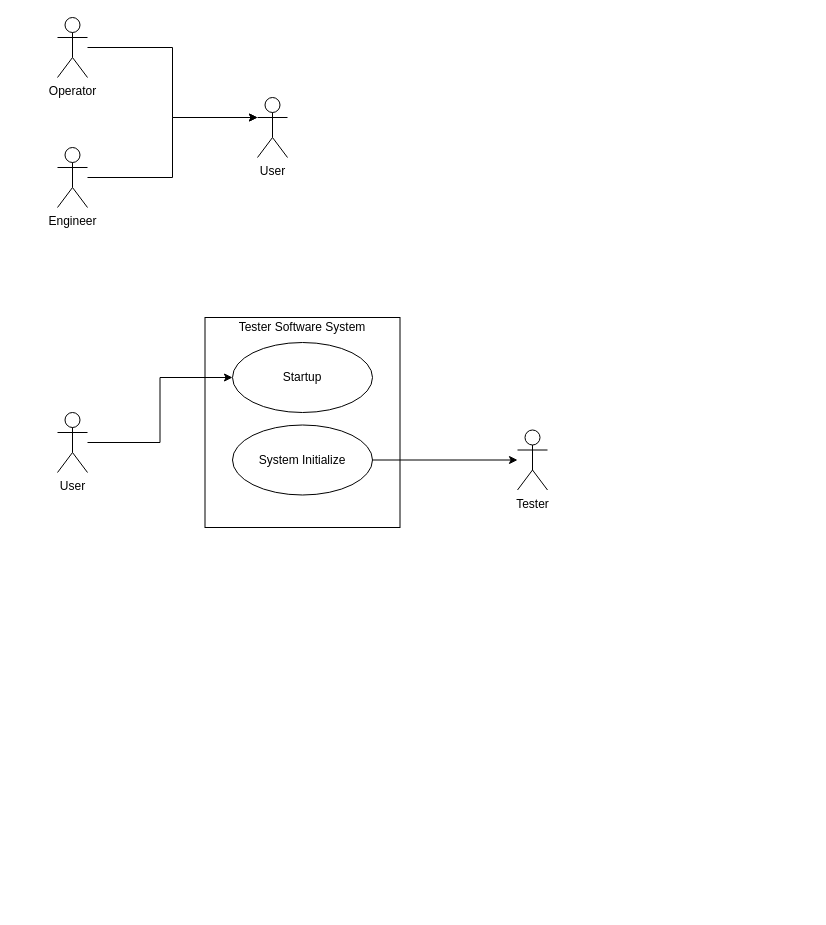
Before: page "Initialize" (2 of 10) of SG9KG5/UI Design/Use Case.drawio in Jasson-Chou/Software-Projects, a draw.io diagram. Source tidied: cells renumbered, new cells numbered last; positions are measured from the earlier drawing's top-left corner, leaving out a move shared by most shapes. Both pictures are drawn from the tidied source at 100%, with x=0, y=0 at pixel (57, 17).
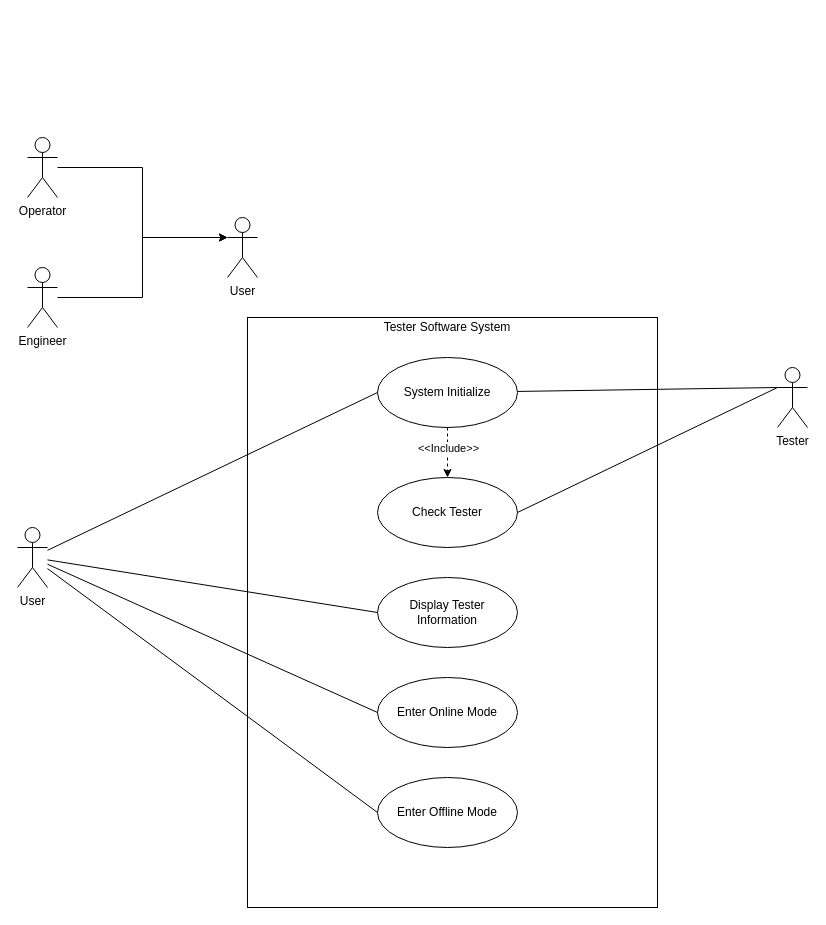
After the change.

Diff of the diagram source:
```diff
@@
     <mxCell id="3" value="Operator" style="shape=umlActor;verticalLabelPosition=bottom;verticalAlign=top;html=1;outlineConnect=0;" parent="1" vertex="1">
-      <mxGeometry width="30" height="60" as="geometry" />
+      <mxGeometry x="-30" y="120" width="30" height="60" as="geometry" />
     </mxCell>
     <mxCell id="4" value="User" style="shape=umlActor;verticalLabelPosition=bottom;verticalAlign=top;html=1;outlineConnect=0;" parent="1" vertex="1">
-      <mxGeometry x="200" y="80" width="30" height="60" as="geometry" />
+      <mxGeometry x="170" y="200" width="30" height="60" as="geometry" />
     </mxCell>
@@
     <mxCell id="6" value="Engineer" style="shape=umlActor;verticalLabelPosition=bottom;verticalAlign=top;html=1;outlineConnect=0;" parent="1" vertex="1">
-      <mxGeometry y="130" width="30" height="60" as="geometry" />
+      <mxGeometry x="-30" y="250" width="30" height="60" as="geometry" />
     </mxCell>
     <mxCell id="7" value="User" style="shape=umlActor;verticalLabelPosition=bottom;verticalAlign=top;html=1;outlineConnect=0;" parent="1" vertex="1">
-      <mxGeometry y="395" width="30" height="60" as="geometry" />
+      <mxGeometry x="-40" y="510" width="30" height="60" as="geometry" />
     </mxCell>
     <mxCell id="8" style="rounded=0;whiteSpace=wrap;html=1;" parent="1" vertex="1">
-      <mxGeometry x="147.5" y="300" width="195" height="210" as="geometry" />
+      <mxGeometry x="190" y="300" width="410" height="590" as="geometry" />
     </mxCell>
     <mxCell id="9" value="Tester Software System" style="text;html=1;strokeColor=none;fillColor=none;align=center;verticalAlign=middle;whiteSpace=wrap;rounded=0;" parent="1" vertex="1">
-      <mxGeometry x="150" y="300" width="190" height="20" as="geometry" />
+      <mxGeometry x="295" y="300" width="190" height="20" as="geometry" />
     </mxCell>
     <mxCell id="10" value="Tester" style="shape=umlActor;verticalLabelPosition=bottom;verticalAlign=top;html=1;outlineConnect=0;" parent="1" vertex="1">
-      <mxGeometry x="460" y="412.5" width="30" height="60" as="geometry" />
+      <mxGeometry x="720" y="350" width="30" height="60" as="geometry" />
     </mxCell>
-    <mxCell id="11" style="edgeStyle=orthogonalEdgeStyle;rounded=0;jettySize=auto;html=1;" parent="1" edge="1" source="12" target="10">
+    <mxCell id="11" style="rounded=0;jettySize=auto;html=1;entryX=0;entryY=0.3333333333333333;entryDx=0;entryDy=0;entryPerimeter=0;endArrow=none;endFill=0;" parent="1" edge="1" source="12" target="10">
       <mxGeometry relative="1" as="geometry" />
     </mxCell>
+    <mxCell id="15" style="edgeStyle=none;rounded=0;jettySize=auto;html=1;exitX=0.5;exitY=1;exitDx=0;exitDy=0;entryX=0.5;entryY=0;entryDx=0;entryDy=0;endArrow=classic;endFill=1;dashed=1;" parent="1" edge="1" source="12" target="19">
+      <mxGeometry relative="1" as="geometry" />
+    </mxCell>
+    <mxCell id="16" value="&amp;lt;&amp;lt;Include&amp;gt;&amp;gt;" style="edgeLabel;html=1;align=center;verticalAlign=middle;" parent="15" vertex="1">
+      <mxGeometry x="0.37" y="1" relative="1" as="geometry">
+        <mxPoint x="-1" y="-14" as="offset" />
+      </mxGeometry>
+    </mxCell>
     <mxCell id="12" value="System Initialize" style="ellipse;whiteSpace=wrap;html=1;" parent="1" vertex="1">
-      <mxGeometry x="175" y="407.5" width="140" height="70" as="geometry" />
+      <mxGeometry x="320" y="340" width="140" height="70" as="geometry" />
     </mxCell>
-    <mxCell id="13" value="Startup" style="ellipse;whiteSpace=wrap;html=1;" parent="1" vertex="1">
-      <mxGeometry x="175" y="325" width="140" height="70" as="geometry" />
-    </mxCell>
-    <mxCell id="14" style="edgeStyle=orthogonalEdgeStyle;rounded=0;jettySize=auto;html=1;entryX=0;entryY=0.5;entryDx=0;entryDy=0;" parent="1" edge="1" source="7" target="13">
-      <mxGeometry relative="1" as="geometry" />
-    </mxCell>
+    <mxCell id="17" style="rounded=0;jettySize=auto;html=1;entryX=0;entryY=0.5;entryDx=0;entryDy=0;endArrow=none;endFill=0;" parent="1" edge="1" source="7" target="12">
+      <mxGeometry relative="1" as="geometry" />
+    </mxCell>
+    <mxCell id="18" style="edgeStyle=none;rounded=0;jettySize=auto;html=1;exitX=1;exitY=0.5;exitDx=0;exitDy=0;entryX=0;entryY=0.3333333333333333;entryDx=0;entryDy=0;entryPerimeter=0;endArrow=none;endFill=0;" parent="1" edge="1" source="19" target="10">
+      <mxGeometry relative="1" as="geometry" />
+    </mxCell>
+    <mxCell id="19" value="Check Tester" style="ellipse;whiteSpace=wrap;html=1;" parent="1" vertex="1">
+      <mxGeometry x="320" y="460" width="140" height="70" as="geometry" />
+    </mxCell>
+    <mxCell id="20" value="Enter Offline Mode" style="ellipse;whiteSpace=wrap;html=1;" parent="1" vertex="1">
+      <mxGeometry x="320" y="760" width="140" height="70" as="geometry" />
+    </mxCell>
+    <mxCell id="21" value="Enter Online Mode" style="ellipse;whiteSpace=wrap;html=1;" parent="1" vertex="1">
+      <mxGeometry x="320" y="660" width="140" height="70" as="geometry" />
+    </mxCell>
+    <mxCell id="22" style="edgeStyle=none;rounded=0;jettySize=auto;html=1;entryX=0;entryY=0.5;entryDx=0;entryDy=0;endArrow=none;endFill=0;" parent="1" edge="1" source="7" target="21">
+      <mxGeometry relative="1" as="geometry" />
+    </mxCell>
+    <mxCell id="23" style="edgeStyle=none;rounded=0;jettySize=auto;html=1;entryX=0;entryY=0.5;entryDx=0;entryDy=0;endArrow=none;endFill=0;" parent="1" edge="1" source="7" target="20">
+      <mxGeometry relative="1" as="geometry" />
+    </mxCell>
+    <mxCell id="24" value="Display Tester Information" style="ellipse;whiteSpace=wrap;html=1;" parent="1" vertex="1">
+      <mxGeometry x="320" y="560" width="140" height="70" as="geometry" />
+    </mxCell>
+    <mxCell id="25" style="edgeStyle=none;rounded=0;jettySize=auto;html=1;entryX=0;entryY=0.5;entryDx=0;entryDy=0;endArrow=none;endFill=0;" parent="1" edge="1" source="7" target="24">
+      <mxGeometry relative="1" as="geometry" />
+    </mxCell>
```
